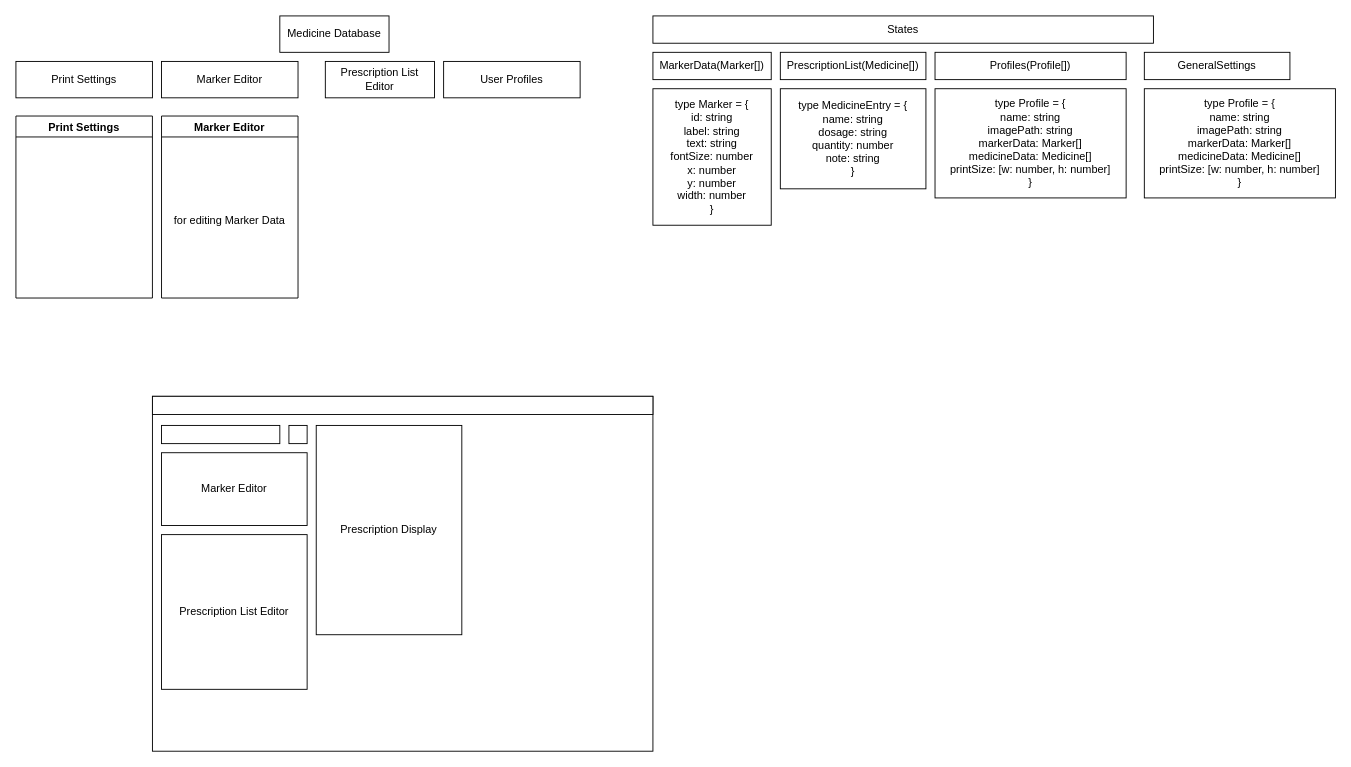
The draw.io diagram page "Structure" (2 of 2) of flowchart.drawio in jogaleon/prescription-writing-react-ts, before the edit. Source tidied: cells renumbered, new cells numbered last; positions are measured from the earlier drawing's top-left corner, leaving out a move shared by most shapes. Both pictures are drawn from the tidied source at 91%, with x=0, y=0 at pixel (15, 15).
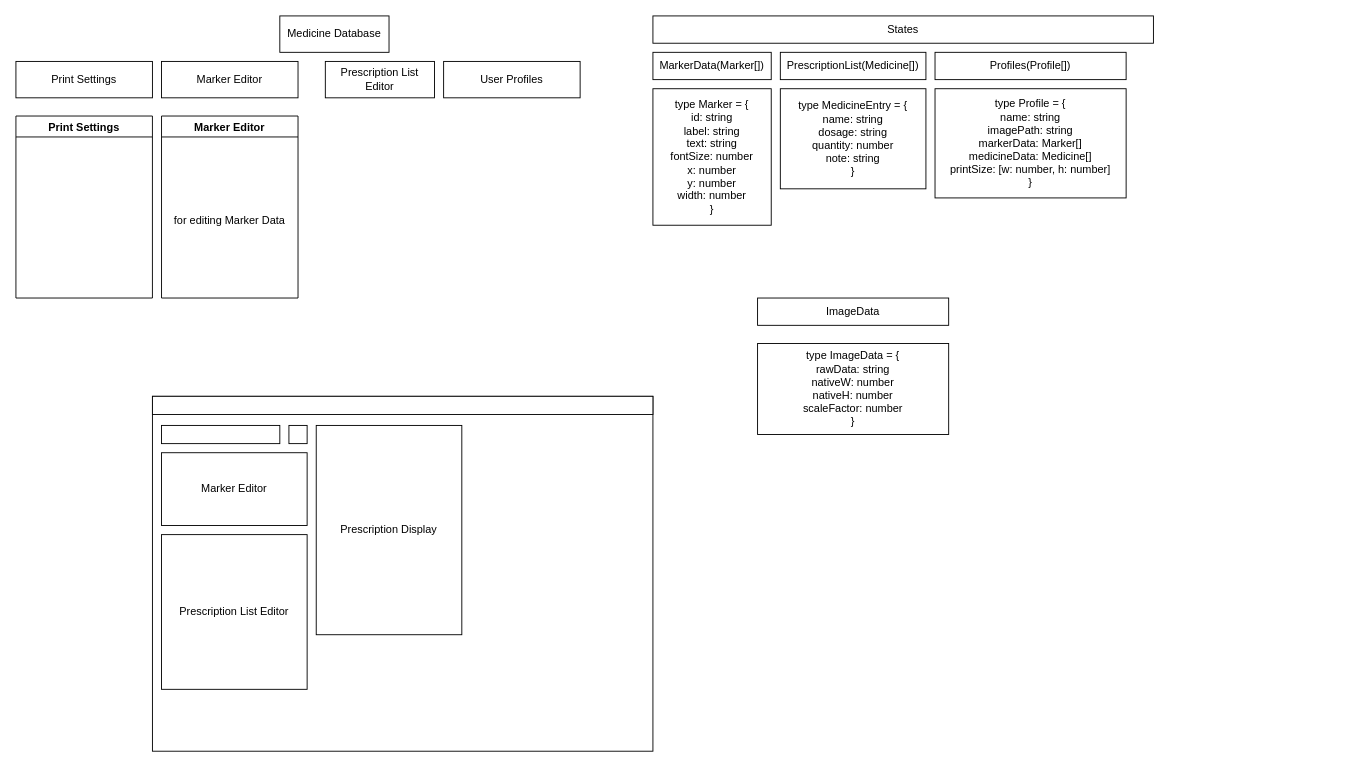
Above is the later version.

Change to the diagram source:
```diff
@@
-    <mxCell id="18" value="GeneralSettings" style="rounded=0;whiteSpace=wrap;html=1;" parent="1" vertex="1">
-      <mxGeometry x="1240" y="40" width="160" height="30" as="geometry" />
-    </mxCell>
-    <mxCell id="19" value="type Profile = {&lt;br&gt;name: string&lt;br&gt;imagePath: string&lt;br&gt;markerData: Marker[]&lt;br&gt;medicineData: Medicine[]&lt;br&gt;printSize: [w: number, h: number]&lt;br&gt;}" style="rounded=0;whiteSpace=wrap;html=1;" parent="1" vertex="1">
-      <mxGeometry x="1240" y="80" width="210" height="120" as="geometry" />
-    </mxCell>
@@
+    <mxCell id="26" value="type ImageData = {&lt;br&gt;rawData: string&lt;br&gt;nativeW: number&lt;br&gt;nativeH: number&lt;br&gt;scaleFactor: number&lt;br&gt;}&lt;br&gt;" style="rounded=0;whiteSpace=wrap;html=1;" parent="1" vertex="1">
+      <mxGeometry x="815" y="360" width="210" height="100" as="geometry" />
+    </mxCell>
+    <mxCell id="27" value="ImageData" style="rounded=0;whiteSpace=wrap;html=1;" parent="1" vertex="1">
+      <mxGeometry x="815" y="310" width="210" height="30" as="geometry" />
+    </mxCell>
```
